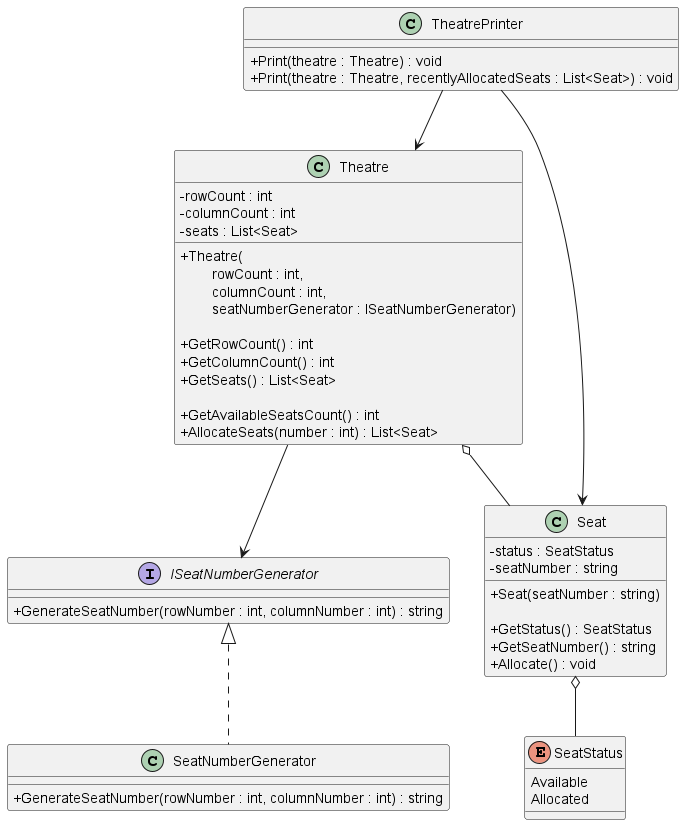
Above: diagrams/cinnamon cinemas.png in iamfranco/CinnamonCinemasChallenge (PlantUML), before the change.
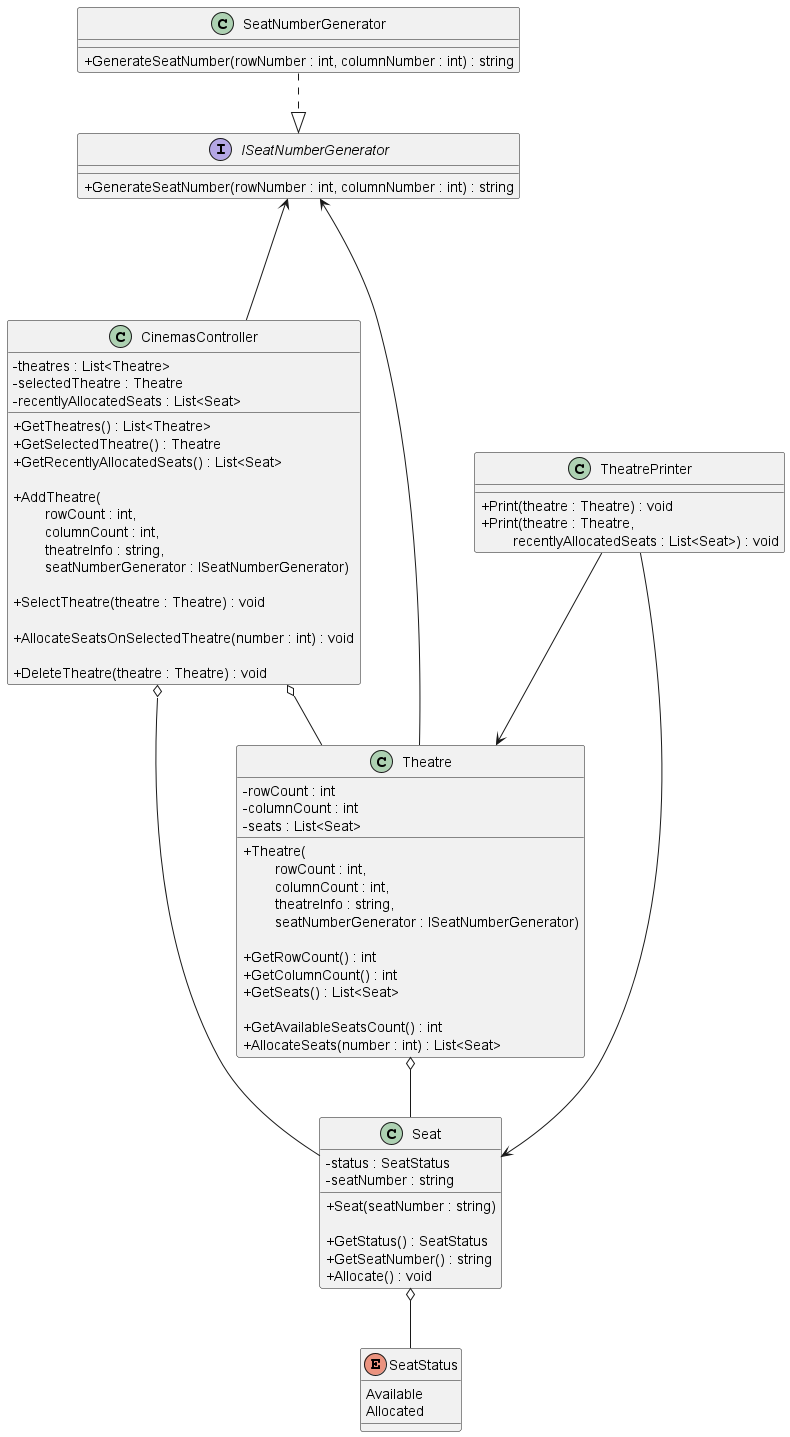
After the commit.

Commit message:
UML: add CinemasController class, with methods for creating theatre instances

What changed in the source:
```diff
@@ -3,7 +3,7 @@
 
 class TheatrePrinter {
     + Print(theatre : Theatre) : void
-    + Print(theatre : Theatre, recentlyAllocatedSeats : List<Seat>) : void
+    + Print(theatre : Theatre, \n        recentlyAllocatedSeats : List<Seat>) : void
 }
 
 interface ISeatNumberGenerator {
@@ -14,12 +14,30 @@
     + GenerateSeatNumber(rowNumber : int, columnNumber : int) : string
 }
 
+class CinemasController {
+    - theatres : List<Theatre>
+    - selectedTheatre : Theatre
+    - recentlyAllocatedSeats : List<Seat>
+
+    + GetTheatres() : List<Theatre>
+    + GetSelectedTheatre() : Theatre
+    + GetRecentlyAllocatedSeats() : List<Seat>
+
+    + AddTheatre(\n        rowCount : int, \n        columnCount : int, \n        theatreInfo : string, \n        seatNumberGenerator : ISeatNumberGenerator)
+
+    + SelectTheatre(theatre : Theatre) : void
+
+    + AllocateSeatsOnSelectedTheatre(number : int) : void
+
+    + DeleteTheatre(theatre : Theatre) : void
+}
+
 class Theatre {
     - rowCount : int
     - columnCount : int
     - seats : List<Seat>
 
-    + Theatre(\n        rowCount : int, \n        columnCount : int, \n        seatNumberGenerator : ISeatNumberGenerator)
+    + Theatre(\n        rowCount : int, \n        columnCount : int, \n        theatreInfo : string, \n        seatNumberGenerator : ISeatNumberGenerator)
 
     + GetRowCount() : int
     + GetColumnCount() : int
@@ -45,13 +63,17 @@
     Allocated
 }
 
+CinemasController o-- Theatre
+CinemasController o--- Seat
+CinemasController --u-> ISeatNumberGenerator
+
 TheatrePrinter --> Theatre
 TheatrePrinter ---> Seat
 
 Theatre o-- Seat
-Theatre --> ISeatNumberGenerator
+Theatre --u-> ISeatNumberGenerator
 
-ISeatNumberGenerator <|.. SeatNumberGenerator
+ISeatNumberGenerator <|.u. SeatNumberGenerator
 
 Seat o-- SeatStatus
 
```
